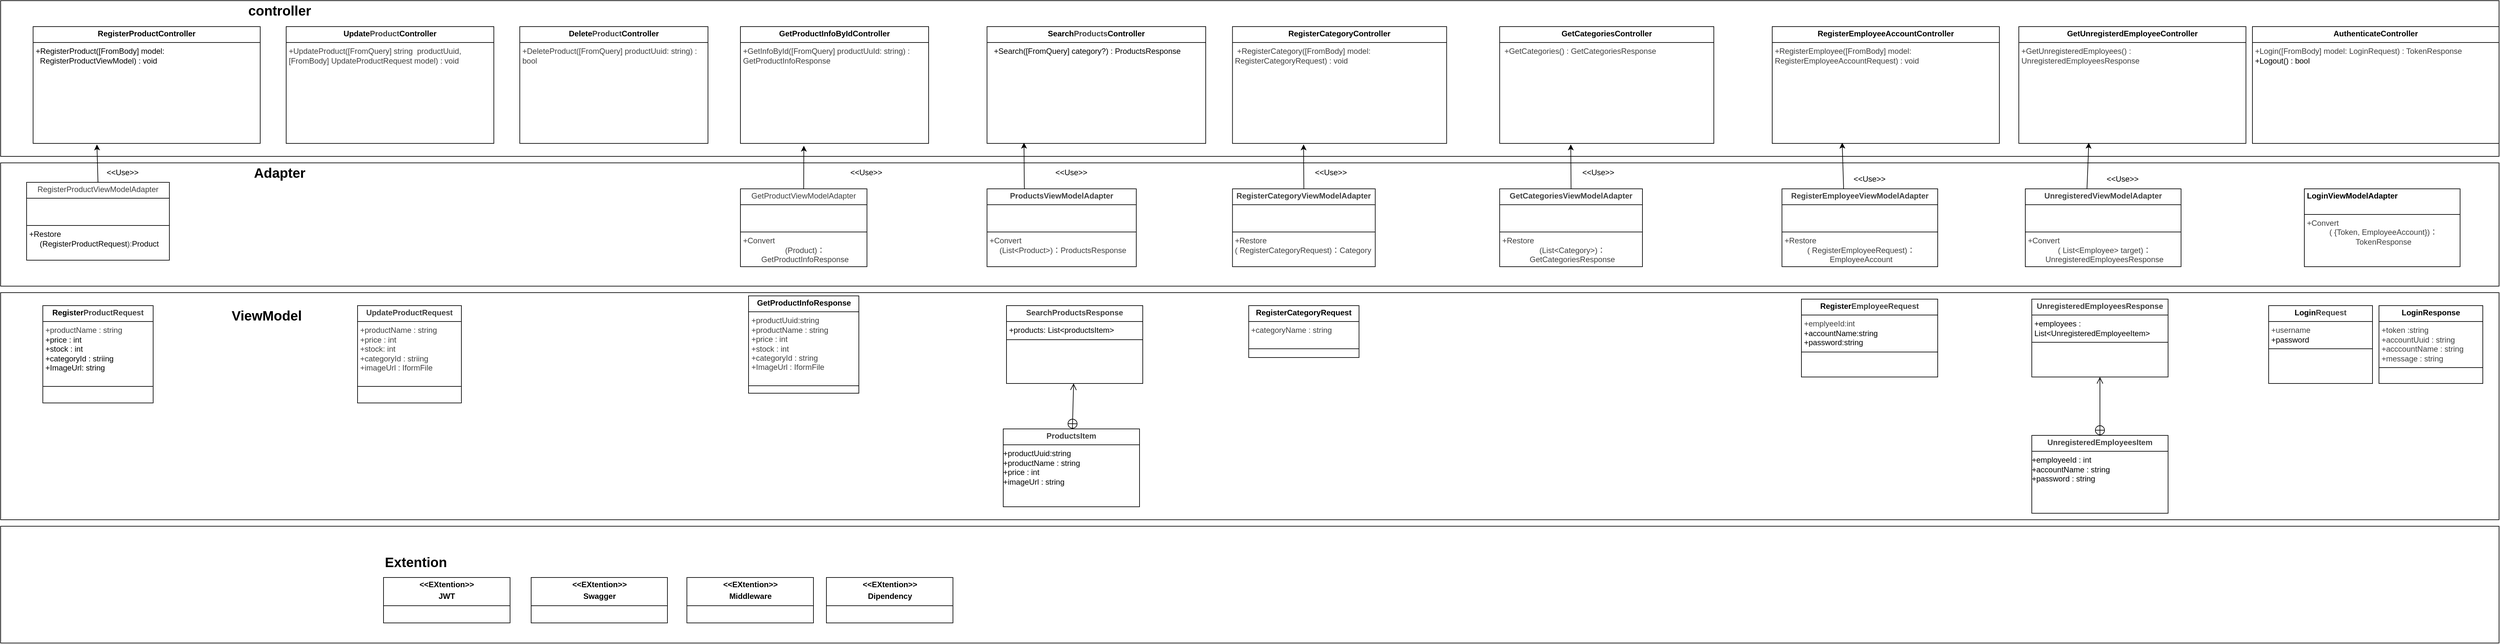
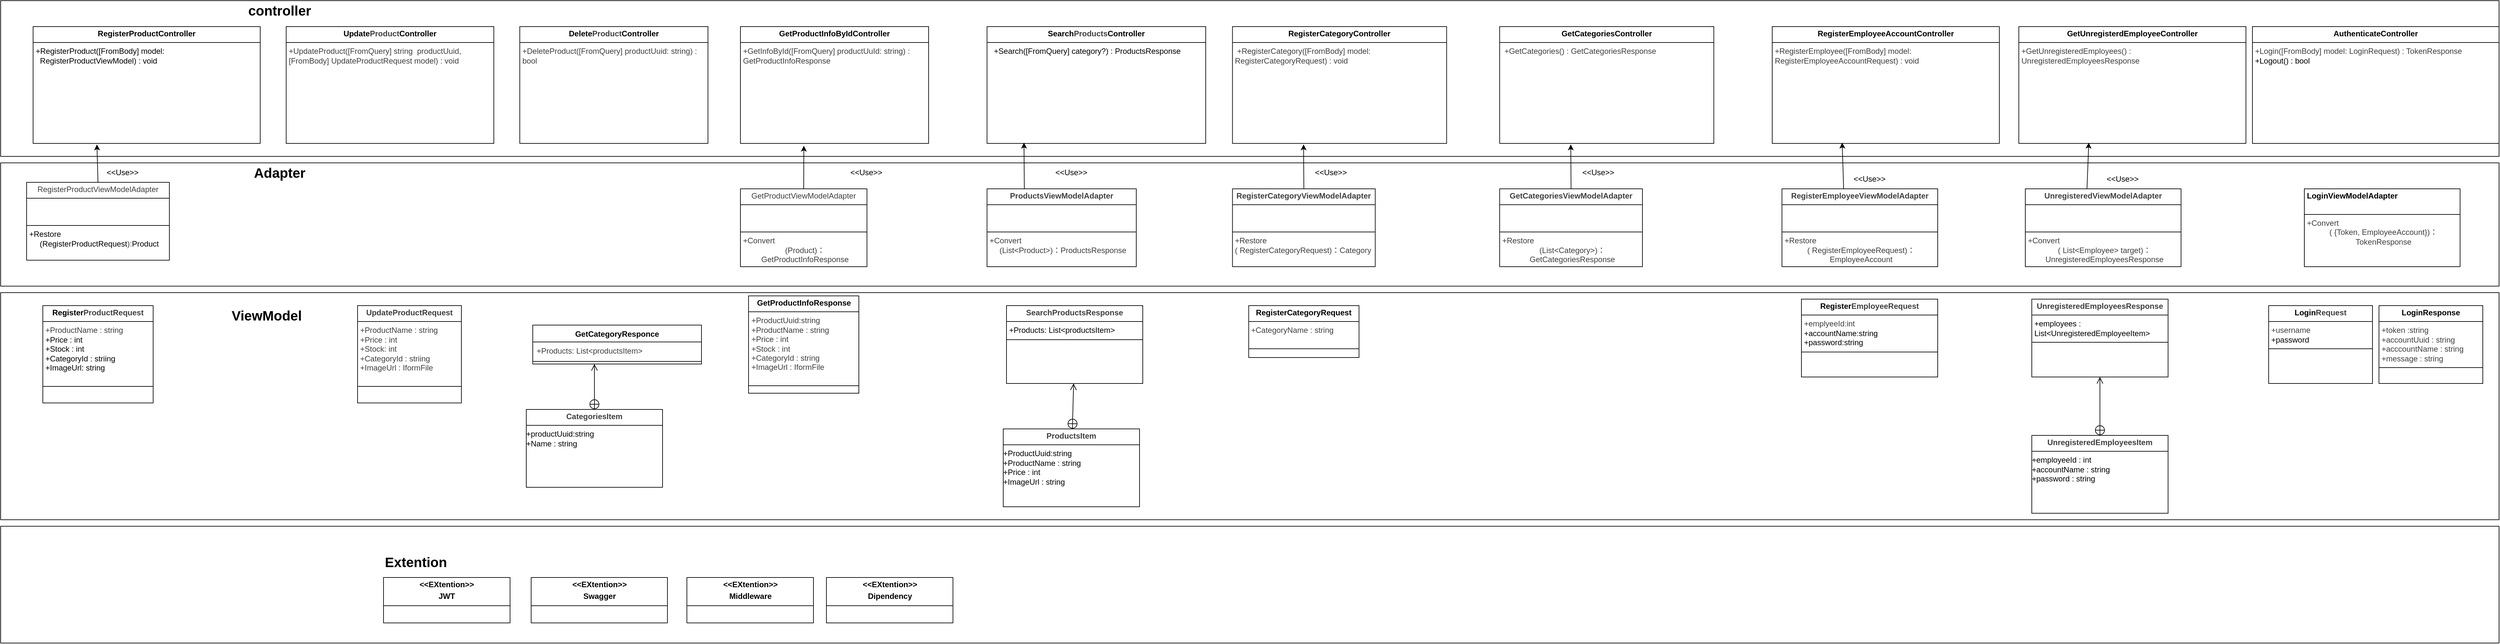
<mxfile host="65bd71144e">
    <diagram id="EApjV0AEF5bl3lN2ML2e" name="ページ1">
-         <mxGraphModel dx="2790" dy="684" grid="1" gridSize="10" guides="1" tooltips="1" connect="1" arrows="1" fold="1" page="1" pageScale="1" pageWidth="827" pageHeight="1169" math="0" shadow="0">
+         <mxGraphModel dx="2870" dy="493" grid="1" gridSize="10" guides="1" tooltips="1" connect="1" arrows="1" fold="1" page="1" pageScale="1" pageWidth="827" pageHeight="1169" math="0" shadow="0">
            <root>
                <mxCell id="0"/>
                <mxCell id="1" parent="0"/>
                <mxCell id="115" value="" style="rounded=0;whiteSpace=wrap;html=1;" parent="1" vertex="1">
                    <mxGeometry x="-1030" y="1640" width="3850" height="180" as="geometry"/>
                </mxCell>
                <mxCell id="110" value="" style="rounded=0;whiteSpace=wrap;html=1;" parent="1" vertex="1">
                    <mxGeometry x="-1030" y="1280" width="3850" height="350" as="geometry"/>
                </mxCell>
                <mxCell id="108" value="" style="rounded=0;whiteSpace=wrap;html=1;" parent="1" vertex="1">
                    <mxGeometry x="-1030" y="830" width="3850" height="240" as="geometry"/>
                </mxCell>
                <mxCell id="66" value="" style="rounded=0;whiteSpace=wrap;html=1;" parent="1" vertex="1">
                    <mxGeometry x="-1030" y="1080" width="3850" height="190" as="geometry"/>
                </mxCell>
                <mxCell id="2" value="&lt;p style=&quot;margin:0px;margin-top:4px;text-align:center;&quot;&gt;&lt;b&gt;RegisterProductController&lt;/b&gt;&lt;/p&gt;&lt;hr size=&quot;1&quot; style=&quot;border-style:solid;&quot;&gt;&lt;p style=&quot;margin:0px;margin-left:4px;&quot;&gt;+RegisterProduct([FromBody] model:&amp;nbsp; &amp;nbsp;&amp;nbsp;&lt;/p&gt;&lt;p style=&quot;margin:0px;margin-left:4px;&quot;&gt;&amp;nbsp; RegisterProductViewModel) : void&lt;/p&gt;&lt;div&gt;&lt;br&gt;&lt;/div&gt;" style="verticalAlign=top;align=left;overflow=fill;html=1;whiteSpace=wrap;" parent="1" vertex="1">
                    <mxGeometry x="-980" y="870" width="350" height="180" as="geometry"/>
                </mxCell>
-                 <mxCell id="3" value="&lt;p style=&quot;margin:0px;margin-top:4px;text-align:center;&quot;&gt;&lt;b&gt;Register&lt;span style=&quot;color: rgb(63, 63, 63);&quot;&gt;ProductRequest&lt;/span&gt;&lt;/b&gt;&lt;/p&gt;&lt;hr size=&quot;1&quot; style=&quot;border-style:solid;&quot;&gt;&lt;p style=&quot;margin:0px;margin-left:4px;&quot;&gt;&lt;span style=&quot;color: rgb(63, 63, 63); background-color: transparent;&quot;&gt;+productName : string&lt;/span&gt;&lt;/p&gt;&lt;p style=&quot;margin:0px;margin-left:4px;&quot;&gt;+price : int&lt;/p&gt;&lt;p style=&quot;margin:0px;margin-left:4px;&quot;&gt;+stock : int&lt;/p&gt;&lt;p style=&quot;margin:0px;margin-left:4px;&quot;&gt;+categoryId : striing&lt;/p&gt;&lt;p style=&quot;margin:0px;margin-left:4px;&quot;&gt;+ImageUrl: string&lt;/p&gt;&lt;p style=&quot;margin:0px;margin-left:4px;&quot;&gt;&lt;br&gt;&lt;/p&gt;&lt;hr size=&quot;1&quot; style=&quot;border-style:solid;&quot;&gt;&lt;p style=&quot;margin:0px;margin-left:4px;&quot;&gt;&lt;br&gt;&lt;/p&gt;" style="verticalAlign=top;align=left;overflow=fill;html=1;whiteSpace=wrap;" parent="1" vertex="1">
+                 <mxCell id="3" value="&lt;p style=&quot;margin:0px;margin-top:4px;text-align:center;&quot;&gt;&lt;b&gt;Register&lt;span style=&quot;color: rgb(63, 63, 63);&quot;&gt;ProductRequest&lt;/span&gt;&lt;/b&gt;&lt;/p&gt;&lt;hr size=&quot;1&quot; style=&quot;border-style:solid;&quot;&gt;&lt;p style=&quot;margin:0px;margin-left:4px;&quot;&gt;&lt;span style=&quot;color: rgb(63, 63, 63); background-color: transparent;&quot;&gt;+ProductName : string&lt;/span&gt;&lt;/p&gt;&lt;p style=&quot;margin:0px;margin-left:4px;&quot;&gt;+Price : int&lt;/p&gt;&lt;p style=&quot;margin:0px;margin-left:4px;&quot;&gt;+Stock : int&lt;/p&gt;&lt;p style=&quot;margin:0px;margin-left:4px;&quot;&gt;+CategoryId : striing&lt;/p&gt;&lt;p style=&quot;margin:0px;margin-left:4px;&quot;&gt;+ImageUrl: string&lt;/p&gt;&lt;p style=&quot;margin:0px;margin-left:4px;&quot;&gt;&lt;br&gt;&lt;/p&gt;&lt;hr size=&quot;1&quot; style=&quot;border-style:solid;&quot;&gt;&lt;p style=&quot;margin:0px;margin-left:4px;&quot;&gt;&lt;br&gt;&lt;/p&gt;" style="verticalAlign=top;align=left;overflow=fill;html=1;whiteSpace=wrap;" parent="1" vertex="1">
                    <mxGeometry x="-965" y="1300" width="170" height="150" as="geometry"/>
                </mxCell>
                <mxCell id="4" value="&lt;p style=&quot;margin:0px;margin-top:4px;text-align:center;&quot;&gt;&lt;span style=&quot;color: rgb(63, 63, 63); background-color: transparent;&quot;&gt;Register&lt;span style=&quot;color: rgb(63, 63, 63); scrollbar-color: rgb(226, 226, 226) rgb(251, 251, 251);&quot;&gt;Product&lt;/span&gt;ViewModelAdapter&lt;/span&gt;&lt;/p&gt;&lt;hr size=&quot;1&quot; style=&quot;border-style:solid;&quot;&gt;&lt;p style=&quot;margin:0px;margin-left:4px;&quot;&gt;&lt;br&gt;&lt;/p&gt;&lt;p style=&quot;margin:0px;margin-left:4px;&quot;&gt;&lt;br&gt;&lt;/p&gt;&lt;hr size=&quot;1&quot; style=&quot;border-style:solid;&quot;&gt;&lt;p style=&quot;margin:0px;margin-left:4px;&quot;&gt;+Restore&lt;/p&gt;&lt;p style=&quot;text-align: center; margin: 0px 0px 0px 4px;&quot;&gt;&lt;span style=&quot;background-color: transparent;&quot;&gt;(RegisterProductRequest&lt;/span&gt;&lt;span style=&quot;background-color: transparent; color: rgb(63, 63, 63);&quot;&gt;):&lt;/span&gt;&lt;span style=&quot;background-color: transparent;&quot;&gt;Product&lt;/span&gt;&lt;/p&gt;" style="verticalAlign=top;align=left;overflow=fill;html=1;whiteSpace=wrap;" parent="1" vertex="1">
                    <mxGeometry x="-990" y="1110" width="220" height="120" as="geometry"/>
                </mxCell>
                <mxCell id="5" value="&lt;p style=&quot;margin:0px;margin-top:4px;text-align:center;&quot;&gt;&lt;b&gt;Update&lt;/b&gt;&lt;b style=&quot;color: rgb(63, 63, 63); scrollbar-color: rgb(226, 226, 226) rgb(251, 251, 251);&quot;&gt;Product&lt;/b&gt;&lt;b&gt;Controller&lt;/b&gt;&lt;/p&gt;&lt;hr size=&quot;1&quot; style=&quot;border-style:solid;&quot;&gt;&lt;p style=&quot;margin:0px;margin-left:4px;&quot;&gt;&lt;/p&gt;&lt;p style=&quot;margin:0px;margin-left:4px;&quot;&gt;&lt;span style=&quot;color: rgb(63, 63, 63); background-color: transparent;&quot;&gt;+UpdateProduct([FromQuery] string&amp;nbsp; productUuid,&amp;nbsp; [FromBody] UpdateProductRequest model) : void&lt;/span&gt;&lt;/p&gt;" style="verticalAlign=top;align=left;overflow=fill;html=1;whiteSpace=wrap;" parent="1" vertex="1">
                    <mxGeometry x="-590" y="870" width="320" height="180" as="geometry"/>
                </mxCell>
                <mxCell id="6" value="&lt;p style=&quot;margin:0px;margin-top:4px;text-align:center;&quot;&gt;&lt;b&gt;Delete&lt;/b&gt;&lt;b style=&quot;color: rgb(63, 63, 63); scrollbar-color: rgb(226, 226, 226) rgb(251, 251, 251);&quot;&gt;Product&lt;/b&gt;&lt;b&gt;Controller&lt;/b&gt;&lt;/p&gt;&lt;hr size=&quot;1&quot; style=&quot;border-style:solid;&quot;&gt;&lt;p style=&quot;color: rgb(63, 63, 63); scrollbar-color: rgb(226, 226, 226) rgb(251, 251, 251); margin: 0px 0px 0px 4px;&quot;&gt;&lt;span style=&quot;background-color: transparent;&quot;&gt;+DeleteProduct([FromQuery] productUuid: string) : bool&lt;/span&gt;&lt;/p&gt;" style="verticalAlign=top;align=left;overflow=fill;html=1;whiteSpace=wrap;" parent="1" vertex="1">
                    <mxGeometry x="-230" y="870" width="290" height="180" as="geometry"/>
                </mxCell>
                <mxCell id="7" value="&lt;p style=&quot;margin:0px;margin-top:4px;text-align:center;&quot;&gt;&lt;b&gt;Search&lt;/b&gt;&lt;b style=&quot;color: rgb(63, 63, 63); scrollbar-color: rgb(226, 226, 226) rgb(251, 251, 251);&quot;&gt;Products&lt;/b&gt;&lt;b&gt;Controller&lt;/b&gt;&lt;/p&gt;&lt;hr size=&quot;1&quot; style=&quot;border-style:solid;&quot;&gt;&lt;p style=&quot;margin:0px;margin-left:4px;&quot;&gt;&amp;nbsp; +Search([FromQuery] category?) : ProductsResponse&lt;/p&gt;" style="verticalAlign=top;align=left;overflow=fill;html=1;whiteSpace=wrap;" parent="1" vertex="1">
                    <mxGeometry x="490" y="870" width="337" height="180" as="geometry"/>
                </mxCell>
                <mxCell id="8" value="&lt;p style=&quot;margin:0px;margin-top:4px;text-align:center;&quot;&gt;&lt;b&gt;RegisterEmployeeAccountController&lt;/b&gt;&lt;/p&gt;&lt;hr size=&quot;1&quot; style=&quot;border-style:solid;&quot;&gt;&lt;p style=&quot;margin:0px;margin-left:4px;&quot;&gt;&lt;span style=&quot;color: rgb(63, 63, 63); background-color: transparent;&quot;&gt;+RegisterEmployee([FromBody] model: RegisterEmployeeAccountRequest) : void&lt;/span&gt;&lt;/p&gt;&lt;div&gt;&lt;br&gt;&lt;/div&gt;" style="verticalAlign=top;align=left;overflow=fill;html=1;whiteSpace=wrap;" parent="1" vertex="1">
                    <mxGeometry x="1700" y="870" width="350" height="180" as="geometry"/>
                </mxCell>
                <mxCell id="9" value="&lt;p style=&quot;margin:0px;margin-top:4px;text-align:center;&quot;&gt;&lt;b&gt;AuthenticateController&lt;/b&gt;&lt;/p&gt;&lt;hr size=&quot;1&quot; style=&quot;border-style:solid;&quot;&gt;&lt;p style=&quot;margin:0px;margin-left:4px;&quot;&gt;&lt;span style=&quot;color: rgb(63, 63, 63); background-color: transparent;&quot;&gt;+Login([FromBody] model: LoginRequest) : TokenResponse&amp;nbsp;&lt;/span&gt;&lt;/p&gt;&lt;p style=&quot;margin:0px;margin-left:4px;&quot;&gt;+Logout() : bool&lt;/p&gt;" style="verticalAlign=top;align=left;overflow=fill;html=1;whiteSpace=wrap;" parent="1" vertex="1">
                    <mxGeometry x="2440" y="870" width="380" height="180" as="geometry"/>
                </mxCell>
-                 <mxCell id="10" value="&lt;p style=&quot;margin:0px;margin-top:4px;text-align:center;&quot;&gt;&lt;b&gt;&lt;span style=&quot;background-color: transparent; color: rgb(63, 63, 63); scrollbar-color: rgb(226, 226, 226) rgb(251, 251, 251);&quot;&gt;Update&lt;/span&gt;&lt;span style=&quot;color: rgb(63, 63, 63);&quot;&gt;ProductRequest&lt;/span&gt;&lt;/b&gt;&lt;/p&gt;&lt;hr size=&quot;1&quot; style=&quot;border-style:solid;&quot;&gt;&lt;p style=&quot;color: rgb(63, 63, 63); scrollbar-color: rgb(226, 226, 226) rgb(251, 251, 251); margin: 0px 0px 0px 4px;&quot;&gt;&lt;span style=&quot;scrollbar-color: rgb(226, 226, 226) rgb(251, 251, 251); background-color: transparent; color: rgb(63, 63, 63);&quot;&gt;+productName : string&lt;/span&gt;&lt;/p&gt;&lt;p style=&quot;color: rgb(63, 63, 63); scrollbar-color: rgb(226, 226, 226) rgb(251, 251, 251); margin: 0px 0px 0px 4px;&quot;&gt;+price : int&lt;/p&gt;&lt;p style=&quot;color: rgb(63, 63, 63); scrollbar-color: rgb(226, 226, 226) rgb(251, 251, 251); margin: 0px 0px 0px 4px;&quot;&gt;+stock: int&lt;/p&gt;&lt;p style=&quot;color: rgb(63, 63, 63); scrollbar-color: rgb(226, 226, 226) rgb(251, 251, 251); margin: 0px 0px 0px 4px;&quot;&gt;+categoryId : striing&lt;/p&gt;&lt;p style=&quot;color: rgb(63, 63, 63); scrollbar-color: rgb(226, 226, 226) rgb(251, 251, 251); margin: 0px 0px 0px 4px;&quot;&gt;+imageUrl : IformFile&lt;/p&gt;&lt;p style=&quot;color: rgb(63, 63, 63); scrollbar-color: rgb(226, 226, 226) rgb(251, 251, 251); margin: 0px 0px 0px 4px;&quot;&gt;&lt;br style=&quot;color: rgb(63, 63, 63); scrollbar-color: rgb(226, 226, 226) rgb(251, 251, 251);&quot;&gt;&lt;/p&gt;&lt;hr size=&quot;1&quot; style=&quot;border-style:solid;&quot;&gt;&lt;p style=&quot;margin:0px;margin-left:4px;&quot;&gt;&lt;br&gt;&lt;/p&gt;" style="verticalAlign=top;align=left;overflow=fill;html=1;whiteSpace=wrap;" parent="1" vertex="1">
+                 <mxCell id="10" value="&lt;p style=&quot;margin:0px;margin-top:4px;text-align:center;&quot;&gt;&lt;b&gt;&lt;span style=&quot;background-color: transparent; color: rgb(63, 63, 63); scrollbar-color: rgb(226, 226, 226) rgb(251, 251, 251);&quot;&gt;Update&lt;/span&gt;&lt;span style=&quot;color: rgb(63, 63, 63);&quot;&gt;ProductRequest&lt;/span&gt;&lt;/b&gt;&lt;/p&gt;&lt;hr size=&quot;1&quot; style=&quot;border-style:solid;&quot;&gt;&lt;p style=&quot;color: rgb(63, 63, 63); scrollbar-color: rgb(226, 226, 226) rgb(251, 251, 251); margin: 0px 0px 0px 4px;&quot;&gt;&lt;span style=&quot;scrollbar-color: rgb(226, 226, 226) rgb(251, 251, 251); background-color: transparent; color: rgb(63, 63, 63);&quot;&gt;+ProductName : string&lt;/span&gt;&lt;/p&gt;&lt;p style=&quot;color: rgb(63, 63, 63); scrollbar-color: rgb(226, 226, 226) rgb(251, 251, 251); margin: 0px 0px 0px 4px;&quot;&gt;+Price : int&lt;/p&gt;&lt;p style=&quot;color: rgb(63, 63, 63); scrollbar-color: rgb(226, 226, 226) rgb(251, 251, 251); margin: 0px 0px 0px 4px;&quot;&gt;+Stock: int&lt;/p&gt;&lt;p style=&quot;color: rgb(63, 63, 63); scrollbar-color: rgb(226, 226, 226) rgb(251, 251, 251); margin: 0px 0px 0px 4px;&quot;&gt;+CategoryId : striing&lt;/p&gt;&lt;p style=&quot;color: rgb(63, 63, 63); scrollbar-color: rgb(226, 226, 226) rgb(251, 251, 251); margin: 0px 0px 0px 4px;&quot;&gt;+ImageUrl : IformFile&lt;/p&gt;&lt;p style=&quot;color: rgb(63, 63, 63); scrollbar-color: rgb(226, 226, 226) rgb(251, 251, 251); margin: 0px 0px 0px 4px;&quot;&gt;&lt;br style=&quot;color: rgb(63, 63, 63); scrollbar-color: rgb(226, 226, 226) rgb(251, 251, 251);&quot;&gt;&lt;/p&gt;&lt;hr size=&quot;1&quot; style=&quot;border-style:solid;&quot;&gt;&lt;p style=&quot;margin:0px;margin-left:4px;&quot;&gt;&lt;br&gt;&lt;/p&gt;" style="verticalAlign=top;align=left;overflow=fill;html=1;whiteSpace=wrap;" parent="1" vertex="1">
                    <mxGeometry x="-480" y="1300" width="160" height="150" as="geometry"/>
                </mxCell>
                <mxCell id="12" value="&lt;p style=&quot;margin:0px;margin-top:4px;text-align:center;&quot;&gt;&lt;b&gt;Register&lt;/b&gt;&lt;b style=&quot;scrollbar-color: rgb(226, 226, 226) rgb(251, 251, 251); background-color: transparent; color: rgb(63, 63, 63);&quot;&gt;EmployeeRequest&lt;/b&gt;&lt;/p&gt;&lt;hr size=&quot;1&quot; style=&quot;border-style:solid;&quot;&gt;&lt;p style=&quot;margin:0px;margin-left:4px;&quot;&gt;&lt;span style=&quot;color: rgb(63, 63, 63); background-color: transparent;&quot;&gt;+emplyeeId:int&lt;/span&gt;&lt;/p&gt;&lt;p style=&quot;margin:0px;margin-left:4px;&quot;&gt;+accountName:string&lt;/p&gt;&lt;p style=&quot;margin:0px;margin-left:4px;&quot;&gt;+password:string&lt;/p&gt;&lt;hr size=&quot;1&quot; style=&quot;border-style:solid;&quot;&gt;&lt;p style=&quot;margin:0px;margin-left:4px;&quot;&gt;&lt;br&gt;&lt;/p&gt;" style="verticalAlign=top;align=left;overflow=fill;html=1;whiteSpace=wrap;" parent="1" vertex="1">
                    <mxGeometry x="1745" y="1290" width="210" height="120" as="geometry"/>
                </mxCell>
                <mxCell id="13" value="&lt;p style=&quot;margin:0px;margin-top:4px;text-align:center;&quot;&gt;&lt;b style=&quot;color: rgb(63, 63, 63); background-color: transparent;&quot;&gt;Register&lt;span style=&quot;color: rgb(63, 63, 63);&quot;&gt;Employee&lt;/span&gt;ViewModelAdapter&lt;/b&gt;&lt;/p&gt;&lt;hr size=&quot;1&quot; style=&quot;border-style:solid;&quot;&gt;&lt;p style=&quot;margin:0px;margin-left:4px;&quot;&gt;&lt;br&gt;&lt;/p&gt;&lt;p style=&quot;margin:0px;margin-left:4px;&quot;&gt;&lt;br&gt;&lt;/p&gt;&lt;hr size=&quot;1&quot; style=&quot;border-style:solid;&quot;&gt;&lt;p style=&quot;margin:0px;margin-left:4px;&quot;&gt;&lt;span style=&quot;color: rgb(63, 63, 63); scrollbar-color: rgb(226, 226, 226) rgb(251, 251, 251); background-color: transparent;&quot;&gt;+Restore&lt;/span&gt;&lt;/p&gt;&lt;p style=&quot;text-align: center; margin: 0px 0px 0px 4px;&quot;&gt;&lt;span style=&quot;color: rgb(63, 63, 63); scrollbar-color: rgb(226, 226, 226) rgb(251, 251, 251); background-color: transparent;&quot;&gt;(&lt;/span&gt;&lt;span style=&quot;scrollbar-color: rgb(226, 226, 226) rgb(251, 251, 251); background-color: transparent; text-align: center; color: rgb(63, 63, 63);&quot;&gt;&amp;nbsp;RegisterEmployeeRequest&lt;/span&gt;&lt;span style=&quot;background-color: transparent; scrollbar-color: rgb(226, 226, 226) rgb(251, 251, 251); color: rgb(63, 63, 63);&quot;&gt;)&lt;/span&gt;&lt;span style=&quot;background-color: transparent; color: rgb(63, 63, 63);&quot;&gt;：EmployeeAccount&lt;/span&gt;&lt;/p&gt;" style="verticalAlign=top;align=left;overflow=fill;html=1;whiteSpace=wrap;" parent="1" vertex="1">
                    <mxGeometry x="1715" y="1120" width="240" height="120" as="geometry"/>
                </mxCell>
                <mxCell id="16" value="&lt;p style=&quot;margin:0px;margin-top:4px;text-align:center;&quot;&gt;&lt;b&gt;Login&lt;span style=&quot;color: rgb(63, 63, 63);&quot;&gt;Request&lt;/span&gt;&lt;/b&gt;&lt;/p&gt;&lt;hr size=&quot;1&quot; style=&quot;border-style:solid;&quot;&gt;&lt;p style=&quot;margin:0px;margin-left:4px;&quot;&gt;&lt;span style=&quot;color: rgb(63, 63, 63); background-color: transparent;&quot;&gt;+username&lt;/span&gt;&lt;/p&gt;&lt;p style=&quot;margin:0px;margin-left:4px;&quot;&gt;+password&lt;/p&gt;&lt;hr size=&quot;1&quot; style=&quot;border-style:solid;&quot;&gt;&lt;p style=&quot;margin:0px;margin-left:4px;&quot;&gt;&lt;br&gt;&lt;/p&gt;" style="verticalAlign=top;align=left;overflow=fill;html=1;whiteSpace=wrap;" parent="1" vertex="1">
                    <mxGeometry x="2465" y="1300" width="160" height="120" as="geometry"/>
                </mxCell>
                <mxCell id="17" value="&lt;p style=&quot;margin:0px;margin-top:4px;text-align:center;&quot;&gt;&lt;b&gt;LoginResponse&lt;/b&gt;&lt;/p&gt;&lt;hr size=&quot;1&quot; style=&quot;border-style:solid;&quot;&gt;&lt;p style=&quot;margin:0px;margin-left:4px;&quot;&gt;&lt;span style=&quot;color: rgb(63, 63, 63); background-color: transparent;&quot;&gt;+token :string&lt;/span&gt;&lt;/p&gt;&lt;p style=&quot;margin:0px;margin-left:4px;&quot;&gt;&lt;span style=&quot;color: rgb(63, 63, 63); background-color: transparent;&quot;&gt;+accountUuid : string&lt;/span&gt;&lt;/p&gt;&lt;p style=&quot;margin:0px;margin-left:4px;&quot;&gt;&lt;span style=&quot;color: rgb(63, 63, 63); background-color: transparent;&quot;&gt;+acccountName : string&lt;/span&gt;&lt;/p&gt;&lt;p style=&quot;margin:0px;margin-left:4px;&quot;&gt;&lt;span style=&quot;color: rgb(63, 63, 63); background-color: transparent;&quot;&gt;+message : string&lt;/span&gt;&lt;/p&gt;&lt;hr size=&quot;1&quot; style=&quot;border-style:solid;&quot;&gt;&lt;p style=&quot;margin:0px;margin-left:4px;&quot;&gt;&lt;br&gt;&lt;/p&gt;" style="verticalAlign=top;align=left;overflow=fill;html=1;whiteSpace=wrap;" parent="1" vertex="1">
                    <mxGeometry x="2635" y="1300" width="160" height="120" as="geometry"/>
                </mxCell>
                <mxCell id="18" value="&lt;p style=&quot;margin:0px;margin-top:4px;text-align:center;&quot;&gt;&lt;b&gt;&amp;lt;&amp;lt;EXtention&amp;gt;&amp;gt;&lt;/b&gt;&lt;/p&gt;&lt;p style=&quot;margin:0px;margin-top:4px;text-align:center;&quot;&gt;&lt;b&gt;JWT&lt;/b&gt;&lt;/p&gt;&lt;hr size=&quot;1&quot; style=&quot;border-style:solid;&quot;&gt;&lt;p style=&quot;margin:0px;margin-left:4px;&quot;&gt;&lt;br&gt;&lt;/p&gt;&lt;p style=&quot;margin:0px;margin-left:4px;&quot;&gt;&lt;br&gt;&lt;/p&gt;&lt;hr size=&quot;1&quot; style=&quot;border-style:solid;&quot;&gt;&lt;p style=&quot;margin:0px;margin-left:4px;&quot;&gt;&lt;br&gt;&lt;/p&gt;&lt;p style=&quot;margin:0px;margin-left:4px;&quot;&gt;&lt;br&gt;&lt;/p&gt;" style="verticalAlign=top;align=left;overflow=fill;html=1;whiteSpace=wrap;" parent="1" vertex="1">
                    <mxGeometry x="-440" y="1719" width="195" height="70" as="geometry"/>
                </mxCell>
                <mxCell id="19" value="&lt;p style=&quot;margin:0px;margin-top:4px;text-align:center;&quot;&gt;&lt;b&gt;&amp;lt;&amp;lt;EXtention&amp;gt;&amp;gt;&lt;/b&gt;&lt;/p&gt;&lt;p style=&quot;margin:0px;margin-top:4px;text-align:center;&quot;&gt;&lt;b&gt;Swagger&lt;/b&gt;&lt;/p&gt;&lt;hr size=&quot;1&quot; style=&quot;border-style:solid;&quot;&gt;&lt;p style=&quot;margin:0px;margin-left:4px;&quot;&gt;&lt;br&gt;&lt;/p&gt;&lt;p style=&quot;margin:0px;margin-left:4px;&quot;&gt;&lt;br&gt;&lt;/p&gt;&lt;hr size=&quot;1&quot; style=&quot;border-style:solid;&quot;&gt;&lt;p style=&quot;margin:0px;margin-left:4px;&quot;&gt;&lt;br&gt;&lt;/p&gt;" style="verticalAlign=top;align=left;overflow=fill;html=1;whiteSpace=wrap;" parent="1" vertex="1">
                    <mxGeometry x="-212.5" y="1719" width="210" height="70" as="geometry"/>
                </mxCell>
                <mxCell id="20" value="&lt;p style=&quot;margin:0px;margin-top:4px;text-align:center;&quot;&gt;&lt;b&gt;&amp;lt;&amp;lt;EXtention&amp;gt;&amp;gt;&lt;/b&gt;&lt;/p&gt;&lt;p style=&quot;margin:0px;margin-top:4px;text-align:center;&quot;&gt;&lt;b&gt;Middleware&lt;/b&gt;&lt;/p&gt;&lt;hr size=&quot;1&quot; style=&quot;border-style:solid;&quot;&gt;&lt;p style=&quot;margin:0px;margin-left:4px;&quot;&gt;&lt;br&gt;&lt;/p&gt;&lt;hr size=&quot;1&quot; style=&quot;border-style:solid;&quot;&gt;&lt;p style=&quot;margin:0px;margin-left:4px;&quot;&gt;&lt;br&gt;&lt;/p&gt;" style="verticalAlign=top;align=left;overflow=fill;html=1;whiteSpace=wrap;" parent="1" vertex="1">
                    <mxGeometry x="27.5" y="1719" width="195" height="70" as="geometry"/>
                </mxCell>
                <mxCell id="21" value="&lt;p style=&quot;margin:0px;margin-top:4px;text-align:center;&quot;&gt;&lt;b&gt;&amp;lt;&amp;lt;EXtention&amp;gt;&amp;gt;&lt;/b&gt;&lt;/p&gt;&lt;p style=&quot;margin:0px;margin-top:4px;text-align:center;&quot;&gt;&lt;b&gt;Dipendency&lt;/b&gt;&lt;/p&gt;&lt;hr size=&quot;1&quot; style=&quot;border-style:solid;&quot;&gt;&lt;p style=&quot;margin:0px;margin-left:4px;&quot;&gt;&lt;br&gt;&lt;/p&gt;&lt;hr size=&quot;1&quot; style=&quot;border-style:solid;&quot;&gt;&lt;p style=&quot;margin:0px;margin-left:4px;&quot;&gt;&lt;br&gt;&lt;/p&gt;&lt;p style=&quot;margin:0px;margin-left:4px;&quot;&gt;&lt;br&gt;&lt;/p&gt;" style="verticalAlign=top;align=left;overflow=fill;html=1;whiteSpace=wrap;" parent="1" vertex="1">
                    <mxGeometry x="242.5" y="1719" width="195" height="70" as="geometry"/>
                </mxCell>
                <mxCell id="22" value="&lt;p style=&quot;margin:0px;margin-top:4px;text-align:center;&quot;&gt;&lt;b&gt;RegisterCategoryController&lt;/b&gt;&lt;/p&gt;&lt;hr size=&quot;1&quot; style=&quot;border-style:solid;&quot;&gt;&lt;p style=&quot;margin:0px;margin-left:4px;&quot;&gt;&lt;/p&gt;&lt;p style=&quot;margin:0px;margin-left:4px;&quot;&gt;&lt;span style=&quot;color: rgb(63, 63, 63); background-color: transparent;&quot;&gt;&amp;nbsp;+RegisterCategory([FromBody] model: RegisterCategoryRequest) : void&lt;/span&gt;&lt;/p&gt;" style="verticalAlign=top;align=left;overflow=fill;html=1;whiteSpace=wrap;" parent="1" vertex="1">
                    <mxGeometry x="868.25" y="870" width="330" height="180" as="geometry"/>
                </mxCell>
-                 <mxCell id="23" value="&lt;p style=&quot;margin:0px;margin-top:4px;text-align:center;&quot;&gt;&lt;b&gt;RegisterCategoryRequest&lt;/b&gt;&lt;/p&gt;&lt;hr size=&quot;1&quot; style=&quot;border-style:solid;&quot;&gt;&lt;p style=&quot;color: rgb(63, 63, 63); scrollbar-color: rgb(226, 226, 226) rgb(251, 251, 251); margin: 0px 0px 0px 4px;&quot;&gt;+categoryName : string&lt;/p&gt;&lt;p style=&quot;margin:0px;margin-left:4px;&quot;&gt;&lt;br&gt;&lt;/p&gt;&lt;hr size=&quot;1&quot; style=&quot;border-style:solid;&quot;&gt;&lt;p style=&quot;margin:0px;margin-left:4px;&quot;&gt;&lt;br&gt;&lt;/p&gt;" style="verticalAlign=top;align=left;overflow=fill;html=1;whiteSpace=wrap;" parent="1" vertex="1">
+                 <mxCell id="23" value="&lt;p style=&quot;margin:0px;margin-top:4px;text-align:center;&quot;&gt;&lt;b&gt;RegisterCategoryRequest&lt;/b&gt;&lt;/p&gt;&lt;hr size=&quot;1&quot; style=&quot;border-style:solid;&quot;&gt;&lt;p style=&quot;color: rgb(63, 63, 63); scrollbar-color: rgb(226, 226, 226) rgb(251, 251, 251); margin: 0px 0px 0px 4px;&quot;&gt;+CategoryName : string&lt;/p&gt;&lt;p style=&quot;margin:0px;margin-left:4px;&quot;&gt;&lt;br&gt;&lt;/p&gt;&lt;hr size=&quot;1&quot; style=&quot;border-style:solid;&quot;&gt;&lt;p style=&quot;margin:0px;margin-left:4px;&quot;&gt;&lt;br&gt;&lt;/p&gt;" style="verticalAlign=top;align=left;overflow=fill;html=1;whiteSpace=wrap;" parent="1" vertex="1">
                    <mxGeometry x="893.25" y="1300" width="170" height="80" as="geometry"/>
                </mxCell>
                <mxCell id="26" style="edgeStyle=none;html=1;exitX=0.5;exitY=0;exitDx=0;exitDy=0;entryX=0.281;entryY=1.009;entryDx=0;entryDy=0;entryPerimeter=0;" parent="1" source="4" target="2" edge="1">
                    <mxGeometry relative="1" as="geometry"/>
                </mxCell>
                <mxCell id="31" value="&lt;p style=&quot;margin:0px;margin-top:4px;text-align:center;&quot;&gt;&lt;b style=&quot;color: rgb(63, 63, 63); background-color: transparent;&quot;&gt;RegisterCategoryViewModelAdapter&lt;/b&gt;&lt;/p&gt;&lt;hr size=&quot;1&quot; style=&quot;border-style:solid;&quot;&gt;&lt;p style=&quot;margin:0px;margin-left:4px;&quot;&gt;&lt;br&gt;&lt;/p&gt;&lt;p style=&quot;margin:0px;margin-left:4px;&quot;&gt;&lt;br&gt;&lt;/p&gt;&lt;hr size=&quot;1&quot; style=&quot;border-style:solid;&quot;&gt;&lt;p style=&quot;margin:0px;margin-left:4px;&quot;&gt;&lt;span style=&quot;color: rgb(63, 63, 63); scrollbar-color: rgb(226, 226, 226) rgb(251, 251, 251); background-color: transparent;&quot;&gt;+Restore&lt;/span&gt;&lt;/p&gt;&lt;p style=&quot;margin:0px;margin-left:4px;&quot;&gt;&lt;span style=&quot;color: rgb(63, 63, 63); scrollbar-color: rgb(226, 226, 226) rgb(251, 251, 251); background-color: transparent;&quot;&gt;(&lt;/span&gt;&lt;span style=&quot;scrollbar-color: rgb(226, 226, 226) rgb(251, 251, 251); background-color: transparent; text-align: center; color: rgb(63, 63, 63);&quot;&gt;&amp;nbsp;RegisterCategoryRequest&lt;/span&gt;&lt;span style=&quot;background-color: transparent; scrollbar-color: rgb(226, 226, 226) rgb(251, 251, 251); color: rgb(63, 63, 63);&quot;&gt;)&lt;/span&gt;&lt;span style=&quot;background-color: transparent; color: rgb(63, 63, 63);&quot;&gt;：Category&lt;/span&gt;&lt;/p&gt;" style="verticalAlign=top;align=left;overflow=fill;html=1;whiteSpace=wrap;" parent="1" vertex="1">
                    <mxGeometry x="868.25" y="1120" width="220" height="120" as="geometry"/>
                </mxCell>
                <mxCell id="33" style="edgeStyle=none;html=1;exitX=0.5;exitY=0;exitDx=0;exitDy=0;entryX=0.332;entryY=1.009;entryDx=0;entryDy=0;entryPerimeter=0;" parent="1" source="31" target="22" edge="1">
                    <mxGeometry relative="1" as="geometry"/>
                </mxCell>
                <mxCell id="34" style="edgeStyle=none;html=1;exitX=0.396;exitY=0;exitDx=0;exitDy=0;entryX=0.308;entryY=0.994;entryDx=0;entryDy=0;entryPerimeter=0;exitPerimeter=0;" parent="1" source="13" target="8" edge="1">
                    <mxGeometry relative="1" as="geometry"/>
                </mxCell>
                <mxCell id="38" value="&amp;lt;&amp;lt;Use&amp;gt;&amp;gt;" style="text;html=1;align=center;verticalAlign=middle;whiteSpace=wrap;rounded=0;" parent="1" vertex="1">
                    <mxGeometry x="1820" y="1090" width="60" height="30" as="geometry"/>
                </mxCell>
                <mxCell id="39" value="&amp;lt;&amp;lt;Use&amp;gt;&amp;gt;" style="text;html=1;align=center;verticalAlign=middle;whiteSpace=wrap;rounded=0;" parent="1" vertex="1">
                    <mxGeometry x="990" y="1080" width="60" height="30" as="geometry"/>
                </mxCell>
                <mxCell id="42" value="&amp;lt;&amp;lt;Use&amp;gt;&amp;gt;" style="text;html=1;align=center;verticalAlign=middle;whiteSpace=wrap;rounded=0;" parent="1" vertex="1">
                    <mxGeometry x="-871.75" y="1080" width="60" height="30" as="geometry"/>
                </mxCell>
                <mxCell id="47" value="controller" style="text;html=1;align=center;verticalAlign=middle;whiteSpace=wrap;rounded=0;fontStyle=1;fontSize=21;" parent="1" vertex="1">
                    <mxGeometry x="-630" y="830" width="60" height="30" as="geometry"/>
                </mxCell>
                <mxCell id="64" value="Adapter" style="text;html=1;align=center;verticalAlign=middle;whiteSpace=wrap;rounded=0;fontStyle=1;fontSize=21;" parent="1" vertex="1">
                    <mxGeometry x="-630" y="1080" width="60" height="30" as="geometry"/>
                </mxCell>
                <mxCell id="67" value="ViewModel" style="text;html=1;align=center;verticalAlign=middle;whiteSpace=wrap;rounded=0;fontStyle=1;fontSize=21;" parent="1" vertex="1">
                    <mxGeometry x="-650" y="1300" width="60" height="30" as="geometry"/>
                </mxCell>
                <mxCell id="68" value="Extention" style="text;html=1;align=center;verticalAlign=middle;whiteSpace=wrap;rounded=0;fontStyle=1;fontSize=21;" parent="1" vertex="1">
                    <mxGeometry x="-420" y="1680" width="60" height="30" as="geometry"/>
                </mxCell>
                <mxCell id="80" value="&lt;p style=&quot;margin:0px;margin-top:4px;text-align:center;&quot;&gt;&lt;span style=&quot;color: rgb(63, 63, 63); background-color: transparent;&quot;&gt;&lt;b&gt;&lt;span style=&quot;color: rgb(63, 63, 63);&quot;&gt;Products&lt;/span&gt;ViewModelAdapter&lt;/b&gt;&lt;/span&gt;&lt;/p&gt;&lt;hr size=&quot;1&quot; style=&quot;border-style:solid;&quot;&gt;&lt;p style=&quot;margin:0px;margin-left:4px;&quot;&gt;&lt;br&gt;&lt;/p&gt;&lt;p style=&quot;margin:0px;margin-left:4px;&quot;&gt;&lt;br&gt;&lt;/p&gt;&lt;hr size=&quot;1&quot; style=&quot;border-style:solid;&quot;&gt;&lt;p style=&quot;margin:0px;margin-left:4px;&quot;&gt;&lt;span style=&quot;color: rgb(63, 63, 63); scrollbar-color: rgb(226, 226, 226) rgb(251, 251, 251); background-color: transparent;&quot;&gt;+Convert&lt;/span&gt;&lt;/p&gt;&lt;p style=&quot;text-align: center; margin: 0px 0px 0px 4px;&quot;&gt;&lt;span style=&quot;color: rgb(63, 63, 63); scrollbar-color: rgb(226, 226, 226) rgb(251, 251, 251); background-color: transparent;&quot;&gt;(List&amp;lt;Product&amp;gt;&lt;/span&gt;&lt;span style=&quot;background-color: transparent; scrollbar-color: rgb(226, 226, 226) rgb(251, 251, 251); color: rgb(63, 63, 63);&quot;&gt;)&lt;/span&gt;&lt;span style=&quot;background-color: transparent; color: rgb(63, 63, 63);&quot;&gt;：&lt;/span&gt;&lt;span style=&quot;background-color: transparent; scrollbar-color: rgb(226, 226, 226) rgb(251, 251, 251); color: rgb(63, 63, 63);&quot;&gt;ProductsResponse&lt;/span&gt;&lt;/p&gt;" style="verticalAlign=top;align=left;overflow=fill;html=1;whiteSpace=wrap;" parent="1" vertex="1">
                    <mxGeometry x="490" y="1120" width="230" height="120" as="geometry"/>
                </mxCell>
                <mxCell id="81" value="&amp;lt;&amp;lt;Use&amp;gt;&amp;gt;" style="text;html=1;align=center;verticalAlign=middle;whiteSpace=wrap;rounded=0;" parent="1" vertex="1">
                    <mxGeometry x="590" y="1080" width="60" height="30" as="geometry"/>
                </mxCell>
                <mxCell id="82" style="edgeStyle=none;html=1;exitX=0.25;exitY=0;exitDx=0;exitDy=0;entryX=0.169;entryY=0.994;entryDx=0;entryDy=0;entryPerimeter=0;" parent="1" source="80" target="7" edge="1">
                    <mxGeometry relative="1" as="geometry"/>
                </mxCell>
                <mxCell id="84" value="&lt;p style=&quot;margin:0px;margin-top:4px;text-align:center;&quot;&gt;&lt;b&gt;GetUnregisterdEmployeeController&lt;/b&gt;&lt;/p&gt;&lt;hr size=&quot;1&quot; style=&quot;border-style:solid;&quot;&gt;&lt;p style=&quot;margin:0px;margin-left:4px;&quot;&gt;&lt;span style=&quot;color: rgb(63, 63, 63); background-color: transparent;&quot;&gt;+GetUnregisteredEmployees() : UnregisteredEmployeesResponse&lt;/span&gt;&lt;/p&gt;&lt;div&gt;&lt;br&gt;&lt;/div&gt;" style="verticalAlign=top;align=left;overflow=fill;html=1;whiteSpace=wrap;" parent="1" vertex="1">
                    <mxGeometry x="2080" y="870" width="350" height="180" as="geometry"/>
                </mxCell>
                <mxCell id="85" value="&lt;p style=&quot;margin:0px;margin-top:4px;text-align:center;&quot;&gt;&lt;b style=&quot;color: rgb(63, 63, 63); background-color: transparent;&quot;&gt;UnregisteredViewModelAdapter&lt;/b&gt;&lt;/p&gt;&lt;hr size=&quot;1&quot; style=&quot;border-style:solid;&quot;&gt;&lt;p style=&quot;margin:0px;margin-left:4px;&quot;&gt;&lt;br&gt;&lt;/p&gt;&lt;p style=&quot;margin:0px;margin-left:4px;&quot;&gt;&lt;br&gt;&lt;/p&gt;&lt;hr size=&quot;1&quot; style=&quot;border-style:solid;&quot;&gt;&lt;p style=&quot;margin:0px;margin-left:4px;&quot;&gt;&lt;span style=&quot;color: rgb(63, 63, 63); scrollbar-color: rgb(226, 226, 226) rgb(251, 251, 251); background-color: transparent;&quot;&gt;+Convert&lt;/span&gt;&lt;/p&gt;&lt;p style=&quot;text-align: center; margin: 0px 0px 0px 4px;&quot;&gt;&lt;span style=&quot;color: rgb(63, 63, 63); scrollbar-color: rgb(226, 226, 226) rgb(251, 251, 251); background-color: transparent;&quot;&gt;(&lt;/span&gt;&lt;span style=&quot;scrollbar-color: rgb(226, 226, 226) rgb(251, 251, 251); background-color: transparent; text-align: center; color: rgb(63, 63, 63);&quot;&gt;&amp;nbsp;List&amp;lt;Employee&amp;gt; target&lt;/span&gt;&lt;span style=&quot;background-color: transparent; scrollbar-color: rgb(226, 226, 226) rgb(251, 251, 251); color: rgb(63, 63, 63);&quot;&gt;)&lt;/span&gt;&lt;span style=&quot;background-color: transparent; color: rgb(63, 63, 63);&quot;&gt;：UnregisteredEmployeesResponse&lt;/span&gt;&lt;/p&gt;" style="verticalAlign=top;align=left;overflow=fill;html=1;whiteSpace=wrap;" parent="1" vertex="1">
                    <mxGeometry x="2090" y="1120" width="240" height="120" as="geometry"/>
                </mxCell>
                <mxCell id="86" style="edgeStyle=none;html=1;exitX=0.396;exitY=0;exitDx=0;exitDy=0;entryX=0.308;entryY=0.994;entryDx=0;entryDy=0;entryPerimeter=0;exitPerimeter=0;" parent="1" source="85" target="84" edge="1">
                    <mxGeometry relative="1" as="geometry"/>
                </mxCell>
                <mxCell id="87" value="&amp;lt;&amp;lt;Use&amp;gt;&amp;gt;" style="text;html=1;align=center;verticalAlign=middle;whiteSpace=wrap;rounded=0;" parent="1" vertex="1">
                    <mxGeometry x="2210" y="1090" width="60" height="30" as="geometry"/>
                </mxCell>
                <mxCell id="88" value="&lt;p style=&quot;margin:0px;margin-top:4px;text-align:center;&quot;&gt;&lt;b&gt;GetCategoriesController&lt;/b&gt;&lt;/p&gt;&lt;hr size=&quot;1&quot; style=&quot;border-style:solid;&quot;&gt;&lt;p style=&quot;margin:0px;margin-left:4px;&quot;&gt;&lt;span style=&quot;color: rgb(63, 63, 63); background-color: transparent;&quot;&gt;&amp;nbsp;+GetCategories() : GetCategoriesResponse&lt;/span&gt;&lt;/p&gt;" style="verticalAlign=top;align=left;overflow=fill;html=1;whiteSpace=wrap;" parent="1" vertex="1">
                    <mxGeometry x="1280" y="870" width="330" height="180" as="geometry"/>
                </mxCell>
                <mxCell id="89" value="&lt;p style=&quot;margin:0px;margin-top:4px;text-align:center;&quot;&gt;&lt;b style=&quot;color: rgb(63, 63, 63); background-color: transparent;&quot;&gt;GetCategoriesViewModelAdapter&lt;/b&gt;&lt;/p&gt;&lt;hr size=&quot;1&quot; style=&quot;border-style:solid;&quot;&gt;&lt;p style=&quot;margin:0px;margin-left:4px;&quot;&gt;&lt;br&gt;&lt;/p&gt;&lt;p style=&quot;margin:0px;margin-left:4px;&quot;&gt;&lt;br&gt;&lt;/p&gt;&lt;hr size=&quot;1&quot; style=&quot;border-style:solid;&quot;&gt;&lt;p style=&quot;margin:0px;margin-left:4px;&quot;&gt;&lt;span style=&quot;color: rgb(63, 63, 63); scrollbar-color: rgb(226, 226, 226) rgb(251, 251, 251); background-color: transparent;&quot;&gt;+&lt;/span&gt;&lt;span style=&quot;background-color: transparent; color: rgb(63, 63, 63);&quot;&gt;Restore&lt;/span&gt;&lt;/p&gt;&lt;p style=&quot;text-align: center; margin: 0px 0px 0px 4px;&quot;&gt;&lt;span style=&quot;color: rgb(63, 63, 63); scrollbar-color: rgb(226, 226, 226) rgb(251, 251, 251); background-color: transparent;&quot;&gt;(List&amp;lt;Category&amp;gt;&lt;/span&gt;&lt;span style=&quot;background-color: transparent; scrollbar-color: rgb(226, 226, 226) rgb(251, 251, 251); color: rgb(63, 63, 63);&quot;&gt;)&lt;/span&gt;&lt;span style=&quot;background-color: transparent; color: rgb(63, 63, 63);&quot;&gt;：GetCategoriesResponse&lt;/span&gt;&lt;/p&gt;" style="verticalAlign=top;align=left;overflow=fill;html=1;whiteSpace=wrap;" parent="1" vertex="1">
                    <mxGeometry x="1280" y="1120" width="220" height="120" as="geometry"/>
                </mxCell>
                <mxCell id="90" style="edgeStyle=none;html=1;exitX=0.5;exitY=0;exitDx=0;exitDy=0;entryX=0.332;entryY=1.009;entryDx=0;entryDy=0;entryPerimeter=0;" parent="1" source="89" target="88" edge="1">
                    <mxGeometry relative="1" as="geometry"/>
                </mxCell>
                <mxCell id="91" value="&amp;lt;&amp;lt;Use&amp;gt;&amp;gt;" style="text;html=1;align=center;verticalAlign=middle;whiteSpace=wrap;rounded=0;" parent="1" vertex="1">
                    <mxGeometry x="1401.75" y="1080" width="60" height="30" as="geometry"/>
                </mxCell>
                <mxCell id="92" style="edgeStyle=none;html=1;exitX=0.5;exitY=0;exitDx=0;exitDy=0;entryX=0.337;entryY=1.02;entryDx=0;entryDy=0;entryPerimeter=0;" parent="1" source="94" target="93" edge="1">
                    <mxGeometry relative="1" as="geometry"/>
                </mxCell>
                <mxCell id="93" value="&lt;p style=&quot;margin:0px;margin-top:4px;text-align:center;&quot;&gt;&lt;b&gt;GetProductInfoByIdController&lt;/b&gt;&lt;/p&gt;&lt;hr size=&quot;1&quot; style=&quot;border-style:solid;&quot;&gt;&lt;p style=&quot;color: rgb(63, 63, 63); scrollbar-color: rgb(226, 226, 226) rgb(251, 251, 251); margin: 0px 0px 0px 4px;&quot;&gt;&lt;span style=&quot;background-color: transparent;&quot;&gt;+GetInfoById([FromQuery] productUuId: string) : GetProductInfoResponse&lt;/span&gt;&lt;/p&gt;" style="verticalAlign=top;align=left;overflow=fill;html=1;whiteSpace=wrap;" parent="1" vertex="1">
                    <mxGeometry x="110" y="870" width="290" height="180" as="geometry"/>
                </mxCell>
                <mxCell id="94" value="&lt;p style=&quot;margin:0px;margin-top:4px;text-align:center;&quot;&gt;&lt;span style=&quot;color: rgb(63, 63, 63); background-color: transparent;&quot;&gt;&lt;span style=&quot;color: rgb(63, 63, 63);&quot;&gt;GetProduct&lt;/span&gt;ViewModelAdapter&lt;/span&gt;&lt;/p&gt;&lt;hr size=&quot;1&quot; style=&quot;border-style:solid;&quot;&gt;&lt;p style=&quot;margin:0px;margin-left:4px;&quot;&gt;&lt;br&gt;&lt;/p&gt;&lt;p style=&quot;margin:0px;margin-left:4px;&quot;&gt;&lt;br&gt;&lt;/p&gt;&lt;hr size=&quot;1&quot; style=&quot;border-style:solid;&quot;&gt;&lt;p style=&quot;margin:0px;margin-left:4px;&quot;&gt;&lt;span style=&quot;color: rgb(63, 63, 63); scrollbar-color: rgb(226, 226, 226) rgb(251, 251, 251); background-color: transparent;&quot;&gt;+Convert&lt;/span&gt;&lt;/p&gt;&lt;p style=&quot;text-align: center; margin: 0px 0px 0px 4px;&quot;&gt;&lt;span style=&quot;color: rgb(63, 63, 63); scrollbar-color: rgb(226, 226, 226) rgb(251, 251, 251); background-color: transparent;&quot;&gt;(Product&lt;/span&gt;&lt;span style=&quot;background-color: transparent; scrollbar-color: rgb(226, 226, 226) rgb(251, 251, 251); color: rgb(63, 63, 63);&quot;&gt;)&lt;/span&gt;&lt;span style=&quot;background-color: transparent; color: rgb(63, 63, 63);&quot;&gt;：GetProductInfoResponse&lt;/span&gt;&lt;/p&gt;" style="verticalAlign=top;align=left;overflow=fill;html=1;whiteSpace=wrap;" parent="1" vertex="1">
                    <mxGeometry x="110" y="1120" width="195" height="120" as="geometry"/>
                </mxCell>
                <mxCell id="95" value="&amp;lt;&amp;lt;Use&amp;gt;&amp;gt;" style="text;html=1;align=center;verticalAlign=middle;whiteSpace=wrap;rounded=0;" parent="1" vertex="1">
                    <mxGeometry x="273.75" y="1080" width="60" height="30" as="geometry"/>
                </mxCell>
                <mxCell id="98" value="&lt;p style=&quot;margin:0px;margin-top:4px;text-align:center;&quot;&gt;&lt;span style=&quot;color: rgb(63, 63, 63);&quot;&gt;&lt;b&gt;UnregisteredEmployeesResponse&lt;/b&gt;&lt;/span&gt;&lt;/p&gt;&lt;hr size=&quot;1&quot; style=&quot;border-style:solid;&quot;&gt;&lt;p style=&quot;margin:0px;margin-left:4px;&quot;&gt;+employees : List&amp;lt;UnregisteredEmployeeItem&amp;gt;&amp;nbsp;&lt;/p&gt;&lt;hr size=&quot;1&quot; style=&quot;border-style:solid;&quot;&gt;&lt;p style=&quot;margin:0px;margin-left:4px;&quot;&gt;&lt;br&gt;&lt;/p&gt;" style="verticalAlign=top;align=left;overflow=fill;html=1;whiteSpace=wrap;" parent="1" vertex="1">
                    <mxGeometry x="2100" y="1290" width="210" height="120" as="geometry"/>
                </mxCell>
                <mxCell id="99" value="&lt;p style=&quot;margin:0px;margin-top:4px;text-align:center;&quot;&gt;&lt;span style=&quot;color: rgb(63, 63, 63);&quot;&gt;&lt;b&gt;UnregisteredEmployeesItem&lt;/b&gt;&lt;/span&gt;&lt;/p&gt;&lt;hr size=&quot;1&quot; style=&quot;border-style:solid;&quot;&gt;&lt;p style=&quot;margin:0px;margin-left:4px;&quot;&gt;&lt;/p&gt;&lt;p style=&quot;margin:0px;margin-left:4px;&quot;&gt;&lt;/p&gt;+employeeId : int&amp;nbsp;&lt;div&gt;+accountName : string&amp;nbsp;&lt;/div&gt;&lt;div&gt;+password : string&lt;/div&gt;" style="verticalAlign=top;align=left;overflow=fill;html=1;whiteSpace=wrap;" parent="1" vertex="1">
                    <mxGeometry x="2100" y="1500" width="210" height="120" as="geometry"/>
                </mxCell>
-                 <mxCell id="101" value="&lt;p style=&quot;margin:0px;margin-top:4px;text-align:center;&quot;&gt;&lt;span style=&quot;color: rgb(63, 63, 63);&quot;&gt;&lt;b&gt;SearchProductsResponse&lt;/b&gt;&lt;/span&gt;&lt;/p&gt;&lt;hr size=&quot;1&quot; style=&quot;border-style:solid;&quot;&gt;&lt;p style=&quot;margin:0px;margin-left:4px;&quot;&gt;+products: List&amp;lt;productsItem&amp;gt;&amp;nbsp;&lt;/p&gt;&lt;hr size=&quot;1&quot; style=&quot;border-style:solid;&quot;&gt;&lt;p style=&quot;margin:0px;margin-left:4px;&quot;&gt;&lt;br&gt;&lt;/p&gt;" style="verticalAlign=top;align=left;overflow=fill;html=1;whiteSpace=wrap;" parent="1" vertex="1">
+                 <mxCell id="101" value="&lt;p style=&quot;margin:0px;margin-top:4px;text-align:center;&quot;&gt;&lt;span style=&quot;color: rgb(63, 63, 63);&quot;&gt;&lt;b&gt;SearchProductsResponse&lt;/b&gt;&lt;/span&gt;&lt;/p&gt;&lt;hr size=&quot;1&quot; style=&quot;border-style:solid;&quot;&gt;&lt;p style=&quot;margin:0px;margin-left:4px;&quot;&gt;+Products: List&amp;lt;productsItem&amp;gt;&amp;nbsp;&lt;/p&gt;&lt;hr size=&quot;1&quot; style=&quot;border-style:solid;&quot;&gt;&lt;p style=&quot;margin:0px;margin-left:4px;&quot;&gt;&lt;br&gt;&lt;/p&gt;" style="verticalAlign=top;align=left;overflow=fill;html=1;whiteSpace=wrap;" parent="1" vertex="1">
                    <mxGeometry x="520" y="1300" width="210" height="120" as="geometry"/>
                </mxCell>
-                 <mxCell id="102" value="&lt;p style=&quot;margin:0px;margin-top:4px;text-align:center;&quot;&gt;&lt;span style=&quot;color: rgb(63, 63, 63);&quot;&gt;&lt;b&gt;ProductsItem&lt;/b&gt;&lt;/span&gt;&lt;/p&gt;&lt;hr size=&quot;1&quot; style=&quot;border-style:solid;&quot;&gt;&lt;p style=&quot;margin:0px;margin-left:4px;&quot;&gt;&lt;/p&gt;&lt;p style=&quot;margin:0px;margin-left:4px;&quot;&gt;&lt;/p&gt;+productUuid:string&lt;div&gt;+productName : string&amp;nbsp;&lt;/div&gt;&lt;div&gt;+price : int&lt;/div&gt;&lt;div&gt;+imageUrl : string&lt;/div&gt;" style="verticalAlign=top;align=left;overflow=fill;html=1;whiteSpace=wrap;" parent="1" vertex="1">
+                 <mxCell id="102" value="&lt;p style=&quot;margin:0px;margin-top:4px;text-align:center;&quot;&gt;&lt;span style=&quot;color: rgb(63, 63, 63);&quot;&gt;&lt;b&gt;ProductsItem&lt;/b&gt;&lt;/span&gt;&lt;/p&gt;&lt;hr size=&quot;1&quot; style=&quot;border-style:solid;&quot;&gt;&lt;p style=&quot;margin:0px;margin-left:4px;&quot;&gt;&lt;/p&gt;&lt;p style=&quot;margin:0px;margin-left:4px;&quot;&gt;&lt;/p&gt;+ProductUuid:string&lt;div&gt;+ProductName : string&amp;nbsp;&lt;/div&gt;&lt;div&gt;+Price : int&lt;/div&gt;&lt;div&gt;+ImageUrl : string&lt;/div&gt;" style="verticalAlign=top;align=left;overflow=fill;html=1;whiteSpace=wrap;" parent="1" vertex="1">
                    <mxGeometry x="515" y="1490" width="210" height="120" as="geometry"/>
                </mxCell>
-                 <mxCell id="103" value="&lt;p style=&quot;margin:0px;margin-top:4px;text-align:center;&quot;&gt;&lt;b&gt;GetProductInfoResponse&lt;/b&gt;&lt;/p&gt;&lt;hr size=&quot;1&quot; style=&quot;border-style:solid;&quot;&gt;&lt;p style=&quot;color: rgb(63, 63, 63); scrollbar-color: rgb(226, 226, 226) rgb(251, 251, 251); margin: 0px 0px 0px 4px;&quot;&gt;&lt;span style=&quot;scrollbar-color: rgb(226, 226, 226) rgb(251, 251, 251); background-color: transparent; color: rgb(63, 63, 63);&quot;&gt;+productUuid:string&lt;/span&gt;&lt;/p&gt;&lt;p style=&quot;color: rgb(63, 63, 63); scrollbar-color: rgb(226, 226, 226) rgb(251, 251, 251); margin: 0px 0px 0px 4px;&quot;&gt;&lt;span style=&quot;scrollbar-color: rgb(226, 226, 226) rgb(251, 251, 251); background-color: transparent; color: rgb(63, 63, 63);&quot;&gt;+productName : string&lt;/span&gt;&lt;/p&gt;&lt;p style=&quot;color: rgb(63, 63, 63); scrollbar-color: rgb(226, 226, 226) rgb(251, 251, 251); margin: 0px 0px 0px 4px;&quot;&gt;+price : int&lt;/p&gt;&lt;p style=&quot;color: rgb(63, 63, 63); scrollbar-color: rgb(226, 226, 226) rgb(251, 251, 251); margin: 0px 0px 0px 4px;&quot;&gt;+stock : int&lt;/p&gt;&lt;p style=&quot;color: rgb(63, 63, 63); scrollbar-color: rgb(226, 226, 226) rgb(251, 251, 251); margin: 0px 0px 0px 4px;&quot;&gt;+categoryId : string&lt;/p&gt;&lt;p style=&quot;color: rgb(63, 63, 63); scrollbar-color: rgb(226, 226, 226) rgb(251, 251, 251); margin: 0px 0px 0px 4px;&quot;&gt;+ImageUrl : IformFile&lt;/p&gt;&lt;p style=&quot;margin:0px;margin-left:4px;&quot;&gt;&lt;br&gt;&lt;/p&gt;&lt;hr size=&quot;1&quot; style=&quot;border-style:solid;&quot;&gt;&lt;p style=&quot;margin:0px;margin-left:4px;&quot;&gt;&lt;br&gt;&lt;/p&gt;" style="verticalAlign=top;align=left;overflow=fill;html=1;whiteSpace=wrap;" parent="1" vertex="1">
+                 <mxCell id="103" value="&lt;p style=&quot;margin:0px;margin-top:4px;text-align:center;&quot;&gt;&lt;b&gt;GetProductInfoResponse&lt;/b&gt;&lt;/p&gt;&lt;hr size=&quot;1&quot; style=&quot;border-style:solid;&quot;&gt;&lt;p style=&quot;color: rgb(63, 63, 63); scrollbar-color: rgb(226, 226, 226) rgb(251, 251, 251); margin: 0px 0px 0px 4px;&quot;&gt;&lt;span style=&quot;scrollbar-color: rgb(226, 226, 226) rgb(251, 251, 251); background-color: transparent; color: rgb(63, 63, 63);&quot;&gt;+ProductUuid:string&lt;/span&gt;&lt;/p&gt;&lt;p style=&quot;color: rgb(63, 63, 63); scrollbar-color: rgb(226, 226, 226) rgb(251, 251, 251); margin: 0px 0px 0px 4px;&quot;&gt;&lt;span style=&quot;scrollbar-color: rgb(226, 226, 226) rgb(251, 251, 251); background-color: transparent; color: rgb(63, 63, 63);&quot;&gt;+ProductName : string&lt;/span&gt;&lt;/p&gt;&lt;p style=&quot;color: rgb(63, 63, 63); scrollbar-color: rgb(226, 226, 226) rgb(251, 251, 251); margin: 0px 0px 0px 4px;&quot;&gt;+Price : int&lt;/p&gt;&lt;p style=&quot;color: rgb(63, 63, 63); scrollbar-color: rgb(226, 226, 226) rgb(251, 251, 251); margin: 0px 0px 0px 4px;&quot;&gt;+Stock : int&lt;/p&gt;&lt;p style=&quot;color: rgb(63, 63, 63); scrollbar-color: rgb(226, 226, 226) rgb(251, 251, 251); margin: 0px 0px 0px 4px;&quot;&gt;+CategoryId : string&lt;/p&gt;&lt;p style=&quot;color: rgb(63, 63, 63); scrollbar-color: rgb(226, 226, 226) rgb(251, 251, 251); margin: 0px 0px 0px 4px;&quot;&gt;+ImageUrl : IformFile&lt;/p&gt;&lt;p style=&quot;margin:0px;margin-left:4px;&quot;&gt;&lt;br&gt;&lt;/p&gt;&lt;hr size=&quot;1&quot; style=&quot;border-style:solid;&quot;&gt;&lt;p style=&quot;margin:0px;margin-left:4px;&quot;&gt;&lt;br&gt;&lt;/p&gt;" style="verticalAlign=top;align=left;overflow=fill;html=1;whiteSpace=wrap;" parent="1" vertex="1">
                    <mxGeometry x="122.5" y="1285" width="170" height="150" as="geometry"/>
                </mxCell>
                <mxCell id="105" value="&lt;p style=&quot;margin:0px;margin-top:4px;text-align:center;&quot;&gt;&lt;/p&gt;&lt;p style=&quot;margin:0px;margin-left:4px;&quot;&gt;&lt;b&gt;LoginViewModelAdapter&lt;/b&gt;&lt;/p&gt;&lt;p style=&quot;margin:0px;margin-left:4px;&quot;&gt;&lt;br&gt;&lt;/p&gt;&lt;hr size=&quot;1&quot; style=&quot;border-style:solid;&quot;&gt;&lt;p style=&quot;margin:0px;margin-left:4px;&quot;&gt;&lt;span style=&quot;color: rgb(63, 63, 63); scrollbar-color: rgb(226, 226, 226) rgb(251, 251, 251); background-color: transparent;&quot;&gt;+Convert&lt;/span&gt;&lt;/p&gt;&lt;p style=&quot;text-align: center; margin: 0px 0px 0px 4px;&quot;&gt;&lt;span style=&quot;color: rgb(63, 63, 63); scrollbar-color: rgb(226, 226, 226) rgb(251, 251, 251); background-color: transparent;&quot;&gt;(&lt;/span&gt;&lt;span style=&quot;scrollbar-color: rgb(226, 226, 226) rgb(251, 251, 251); background-color: transparent; text-align: center; color: rgb(63, 63, 63);&quot;&gt;&amp;nbsp;{Token, EmployeeAccount}&lt;/span&gt;&lt;span style=&quot;background-color: transparent; scrollbar-color: rgb(226, 226, 226) rgb(251, 251, 251); color: rgb(63, 63, 63);&quot;&gt;)&lt;/span&gt;&lt;span style=&quot;background-color: transparent; color: rgb(63, 63, 63);&quot;&gt;：TokenResponse&lt;/span&gt;&lt;/p&gt;" style="verticalAlign=top;align=left;overflow=fill;html=1;whiteSpace=wrap;" parent="1" vertex="1">
                    <mxGeometry x="2520" y="1120" width="240" height="120" as="geometry"/>
                </mxCell>
                <mxCell id="112" value="" style="endArrow=open;startArrow=circlePlus;endFill=0;startFill=0;endSize=8;html=1;" parent="1" source="102" target="101" edge="1">
                    <mxGeometry width="160" relative="1" as="geometry">
                        <mxPoint x="650" y="1450" as="sourcePoint"/>
                        <mxPoint x="810" y="1450" as="targetPoint"/>
                    </mxGeometry>
                </mxCell>
                <mxCell id="114" value="" style="endArrow=open;startArrow=circlePlus;endFill=0;startFill=0;endSize=8;html=1;" parent="1" source="99" target="98" edge="1">
                    <mxGeometry width="160" relative="1" as="geometry">
                        <mxPoint x="2170" y="1450" as="sourcePoint"/>
                        <mxPoint x="2330" y="1450" as="targetPoint"/>
                    </mxGeometry>
                </mxCell>
+                 <mxCell id="116" value="GetCategoryResponce" style="swimlane;fontStyle=1;align=center;verticalAlign=top;childLayout=stackLayout;horizontal=1;startSize=26;horizontalStack=0;resizeParent=1;resizeParentMax=0;resizeLast=0;collapsible=1;marginBottom=0;whiteSpace=wrap;html=1;" vertex="1" parent="1">
+                     <mxGeometry x="-210" y="1330" width="260" height="60" as="geometry"/>
+                 </mxCell>
+                 <mxCell id="117" value="&lt;span style=&quot;color: rgb(63, 63, 63);&quot;&gt;+Products: List&amp;lt;productsItem&amp;gt;&amp;nbsp;&lt;/span&gt;" style="text;strokeColor=none;fillColor=none;align=left;verticalAlign=top;spacingLeft=4;spacingRight=4;overflow=hidden;rotatable=0;points=[[0,0.5],[1,0.5]];portConstraint=eastwest;whiteSpace=wrap;html=1;" vertex="1" parent="116">
+                     <mxGeometry y="26" width="260" height="26" as="geometry"/>
+                 </mxCell>
+                 <mxCell id="118" value="" style="line;strokeWidth=1;fillColor=none;align=left;verticalAlign=middle;spacingTop=-1;spacingLeft=3;spacingRight=3;rotatable=0;labelPosition=right;points=[];portConstraint=eastwest;strokeColor=inherit;" vertex="1" parent="116">
+                     <mxGeometry y="52" width="260" height="8" as="geometry"/>
+                 </mxCell>
+                 <mxCell id="120" value="&lt;p style=&quot;margin:0px;margin-top:4px;text-align:center;&quot;&gt;&lt;span style=&quot;color: rgb(63, 63, 63);&quot;&gt;&lt;b&gt;CategoriesItem&lt;/b&gt;&lt;/span&gt;&lt;/p&gt;&lt;hr size=&quot;1&quot; style=&quot;border-style:solid;&quot;&gt;&lt;p style=&quot;margin:0px;margin-left:4px;&quot;&gt;&lt;/p&gt;&lt;p style=&quot;margin:0px;margin-left:4px;&quot;&gt;&lt;/p&gt;+productUuid:string&lt;div&gt;+Name : string&amp;nbsp;&lt;/div&gt;" style="verticalAlign=top;align=left;overflow=fill;html=1;whiteSpace=wrap;" vertex="1" parent="1">
+                     <mxGeometry x="-220" y="1460" width="210" height="120" as="geometry"/>
+                 </mxCell>
+                 <mxCell id="121" value="" style="endArrow=open;startArrow=circlePlus;endFill=0;startFill=0;endSize=8;html=1;exitX=0.5;exitY=0;exitDx=0;exitDy=0;" edge="1" parent="1" source="120">
+                     <mxGeometry width="160" relative="1" as="geometry">
+                         <mxPoint x="630" y="1460" as="sourcePoint"/>
+                         <mxPoint x="-115" y="1390" as="targetPoint"/>
+                     </mxGeometry>
+                 </mxCell>
            </root>
        </mxGraphModel>
    </diagram>
</mxfile>